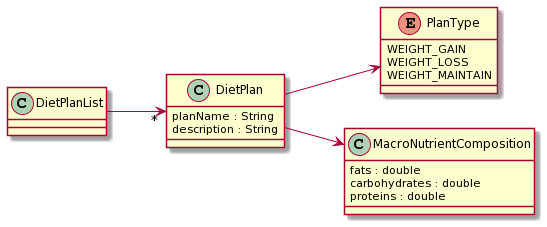
Earlier version of the PlantUML export docs/images/DietPlanListClassDiagram.png (nus-cs2103-AY2021S2/tp). The source it was exported from:
```plantuml
@startuml
left to right direction

class DietPlanList {
}

class DietPlan {
  planName : String
  description : String
}

enum PlanType {
  WEIGHT_GAIN
  WEIGHT_LOSS
  WEIGHT_MAINTAIN
}

class MacroNutrientComposition {
  fats : double
  carbohydrates : double
  proteins : double
}

DietPlanList --> "*" DietPlan
DietPlan --> PlanType
DietPlan --> MacroNutrientComposition
@enduml
```
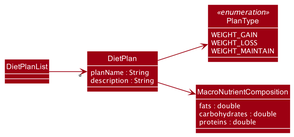
Above is the later version.

Commit message:
Update Class Diagrams style to module convention

Change to the diagram source:
```diff
@@ -1,4 +1,12 @@
 @startuml
+!include style.puml
+skinparam arrowThickness 1.1
+skinparam arrowColor #73c8df
+skinparam classBackgroundColor MODEL_COLOR
+skinparam classAttributeFontColor #FFFFFF
+skinparam ArrowColor MODEL_COLOR
+show members
+
 left to right direction
 
 class DietPlanList {
@@ -9,7 +17,7 @@
   description : String
 }
 
-enum PlanType {
+enum PlanType <<enumeration>> {
   WEIGHT_GAIN
   WEIGHT_LOSS
   WEIGHT_MAINTAIN
@@ -24,4 +32,5 @@
 DietPlanList --> "*" DietPlan
 DietPlan --> PlanType
 DietPlan --> MacroNutrientComposition
+
 @enduml
```
